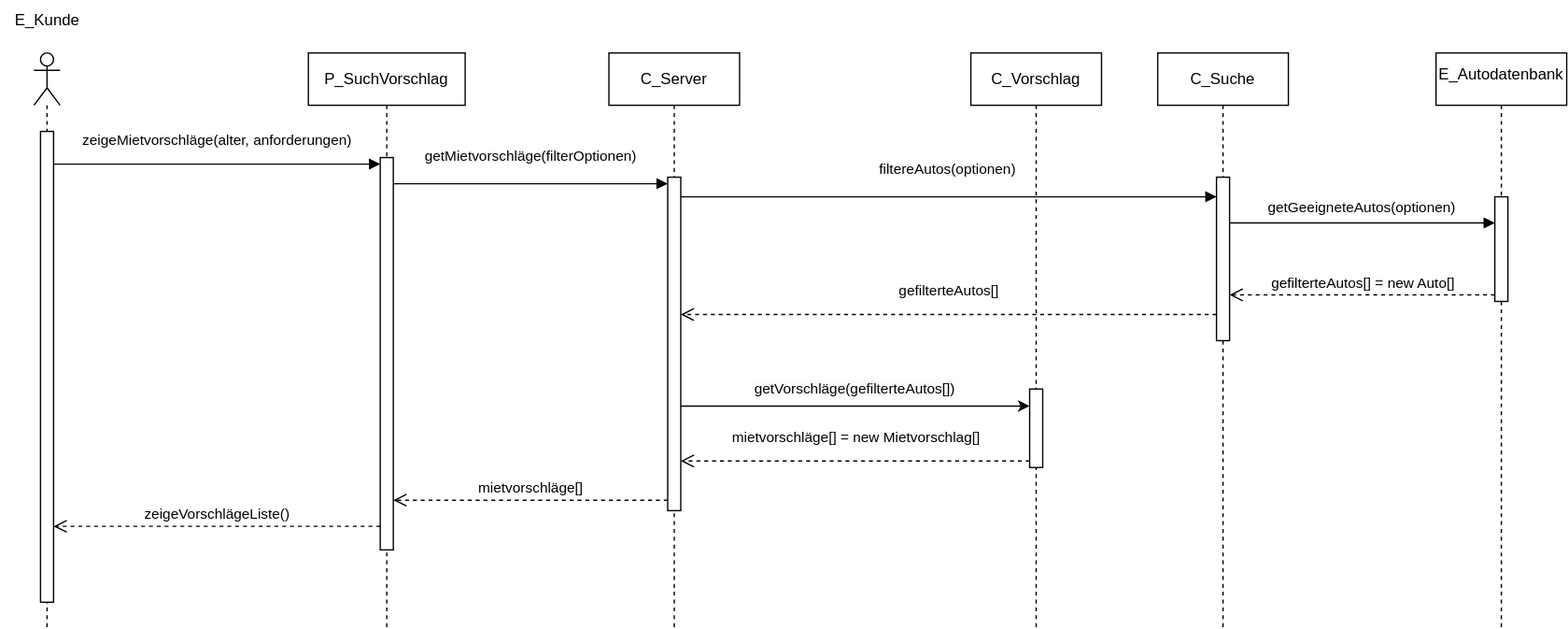
Above: sw-eng-05.drawio.svg in MassimiIiano/software-eng-projects-uni (draw.io), before the change. Source tidied: cells renumbered, new cells last; positions are measured from the earlier drawing's top-left corner, leaving out a move shared by most shapes.
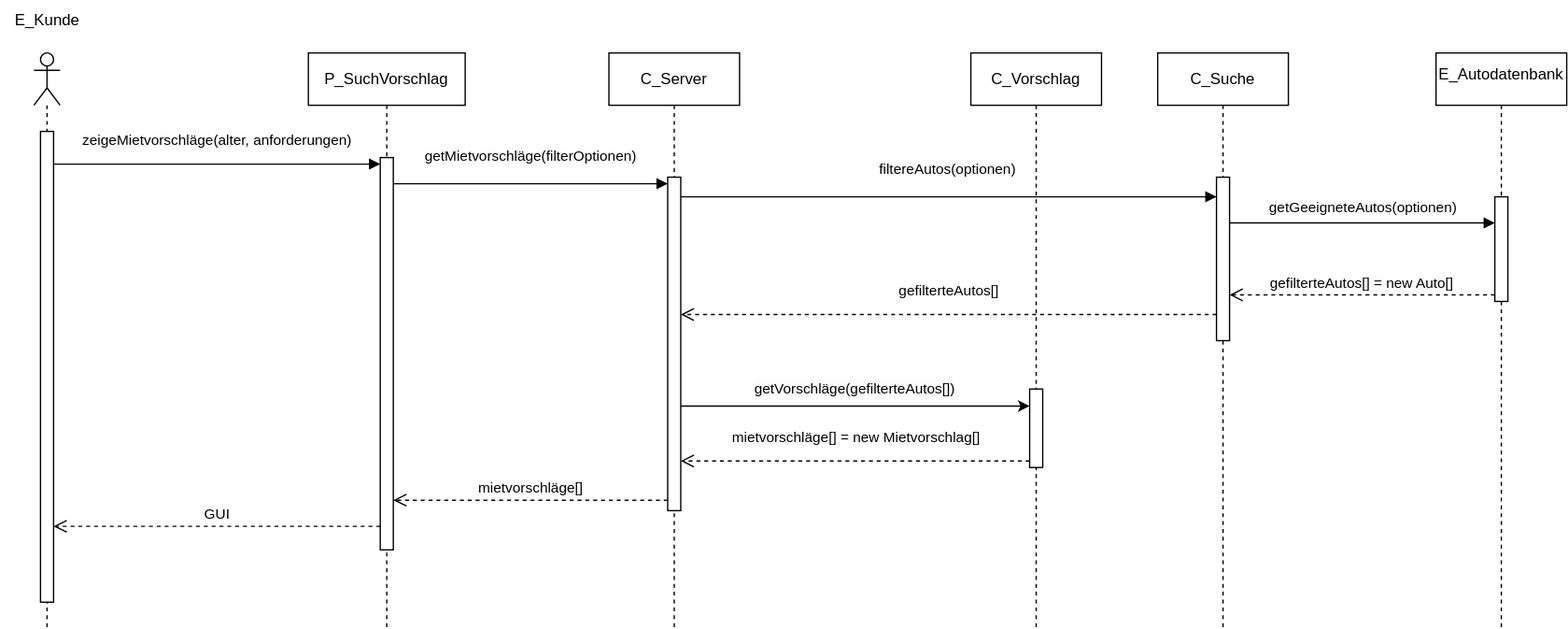
Later version of the same file.

Change to the diagram source:
```diff
@@ -29,7 +29,7 @@
     <mxCell id="10" value="&lt;table&gt;&lt;tbody&gt;&lt;tr&gt;&lt;td&gt;zeigeMietvorschläge(alter, anforderungen)&lt;/td&gt;&lt;/tr&gt;&lt;/tbody&gt;&lt;/table&gt;&lt;table&gt;&lt;tbody&gt;&lt;tr&gt;&lt;td&gt;&lt;/td&gt;&lt;/tr&gt;&lt;/tbody&gt;&lt;/table&gt;" style="html=1;verticalAlign=bottom;endArrow=block;curved=0;rounded=0;entryX=0;entryY=0;entryDx=0;entryDy=5;" parent="1" edge="1" source="3" target="5">
       <mxGeometry relative="1" as="geometry" />
     </mxCell>
-    <mxCell id="11" value="zeigeVorschlägeListe()" style="html=1;verticalAlign=bottom;endArrow=open;dashed=1;endSize=8;curved=0;rounded=0;exitX=0;exitY=1;exitDx=0;exitDy=-5;" parent="1" edge="1">
+    <mxCell id="11" value="GUI" style="html=1;verticalAlign=bottom;endArrow=open;dashed=1;endSize=8;curved=0;rounded=0;exitX=0;exitY=1;exitDx=0;exitDy=-5;" parent="1" edge="1">
       <mxGeometry relative="1" as="geometry">
         <mxPoint x="290" y="402" as="sourcePoint" />
         <mxPoint x="40" y="402" as="targetPoint" />
```
